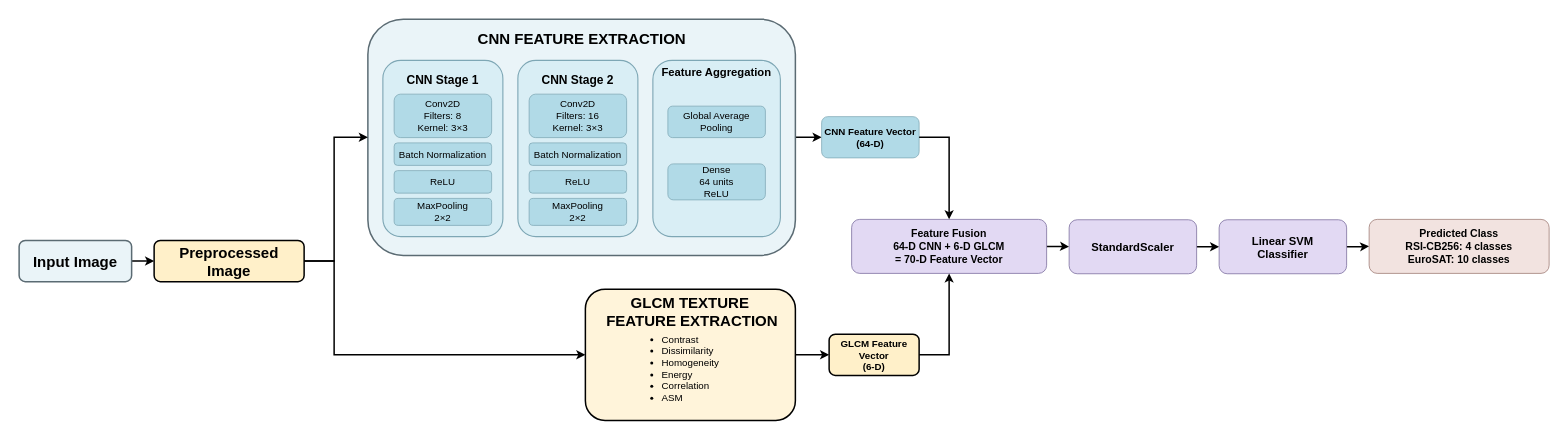
Earlier version of the draw.io diagram cnn glcm architecture.drawio (fac010150-cyber/draw_io). Source tidied: cells renumbered, new cells numbered last; positions are measured from the earlier drawing's top-left corner, leaving out a move shared by most shapes. Both pictures are drawn from the tidied source at 75%, with x=0, y=0 at pixel (19, 19).
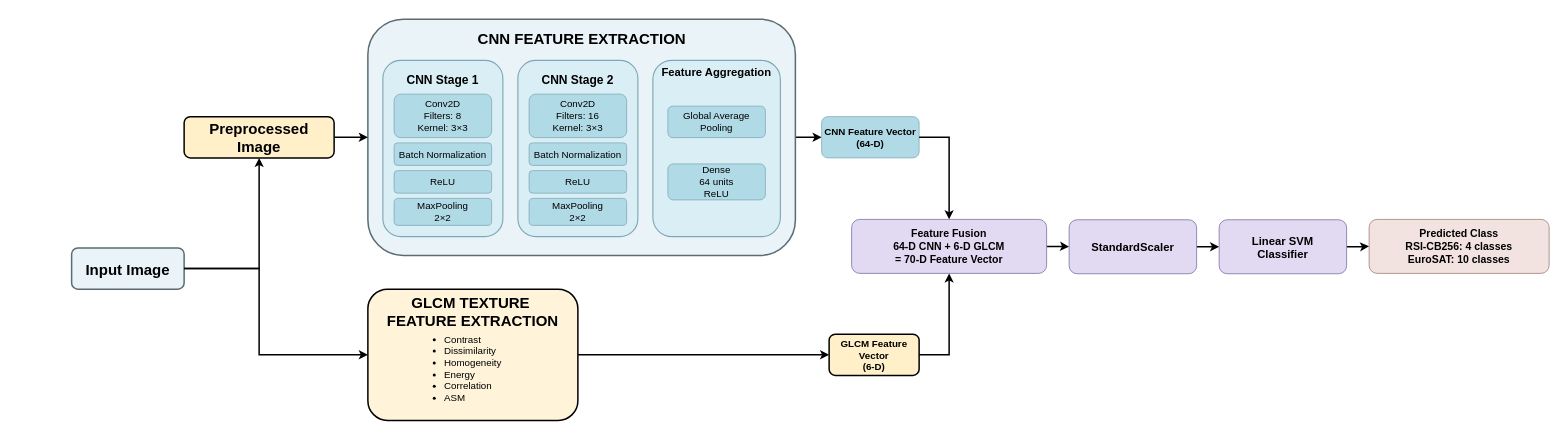
After the change.

The change refers to these unchanged cells:
```xml
<mxCell id="5" style="rounded=1;whiteSpace=wrap;html=1;fillColor=#EAF4F8;strokeColor=#5B6B73;strokeWidth=2;" parent="1" vertex="1">
  <mxGeometry x="465" width="570" height="315" as="geometry" />
</mxCell>
```

The edit, as a diff of the source:
```diff
@@
-    <mxCell id="2" style="edgeStyle=orthogonalEdgeStyle;rounded=0;jettySize=auto;html=1;strokeWidth=2;" parent="1" edge="1" source="3" target="27">
-      <mxGeometry relative="1" as="geometry" />
-    </mxCell>
     <mxCell id="3" value="&lt;div&gt;&lt;font style=&quot;font-size: 20px;&quot;&gt;&lt;b&gt;Input Image&lt;/b&gt;&lt;/font&gt;&lt;/div&gt;" style="rounded=1;whiteSpace=wrap;html=1;fillColor=#EAF4F8;strokeColor=#5B6B73;strokeWidth=2;" parent="1" vertex="1">
-      <mxGeometry y="295" width="150" height="55" as="geometry" />
+      <mxGeometry x="70" y="305" width="150" height="55" as="geometry" />
     </mxCell>
@@
     <mxCell id="25" style="rounded=1;whiteSpace=wrap;html=1;fillColor=#FFF4DA;strokeColor=light-dark(#000000,#8B7241);strokeWidth=2;" parent="1" vertex="1">
-      <mxGeometry x="755" y="360" width="280" height="175" as="geometry" />
+      <mxGeometry x="465" y="360" width="280" height="175" as="geometry" />
     </mxCell>
     <mxCell id="26" value="&lt;div&gt;GLCM TEXTURE&amp;nbsp;&lt;/div&gt;&lt;div&gt;FEATURE EXTRACTION&lt;/div&gt;" style="text;html=1;whiteSpace=wrap;strokeColor=none;fillColor=none;fontStyle=1;fontSize=20;align=center;" parent="1" vertex="1">
-      <mxGeometry x="705" y="360" width="385" height="30" as="geometry" />
+      <mxGeometry x="485" y="360" width="240" height="30" as="geometry" />
     </mxCell>
     <mxCell id="27" value="Preprocessed&lt;br&gt;Image" style="rounded=1;whiteSpace=wrap;html=1;fillColor=#FFF0C9;strokeColor=#000000;fontSize=20;fontStyle=1;strokeWidth=2;" parent="1" vertex="1">
-      <mxGeometry x="180" y="295" width="200" height="55" as="geometry" />
+      <mxGeometry x="220" y="130" width="200" height="55" as="geometry" />
     </mxCell>
@@
     <mxCell id="54" value="&lt;div align=&quot;left&quot;&gt;&lt;ul&gt;&lt;li&gt;Contrast&amp;nbsp;&lt;/li&gt;&lt;li&gt;Dissimilarity&lt;/li&gt;&lt;li&gt;Homogeneity&amp;nbsp;&lt;/li&gt;&lt;li&gt;Energy&amp;nbsp;&lt;/li&gt;&lt;li&gt;Correlation&amp;nbsp;&lt;/li&gt;&lt;li&gt;ASM&lt;/li&gt;&lt;/ul&gt;&lt;/div&gt;" style="text;html=1;whiteSpace=wrap;strokeColor=none;fillColor=none;align=left;verticalAlign=middle;rounded=0;fontSize=13;" parent="1" vertex="1">
-      <mxGeometry x="815" y="438.5" width="70" height="55" as="geometry" />
+      <mxGeometry x="525" y="438.5" width="70" height="55" as="geometry" />
     </mxCell>
     <mxCell id="55" style="edgeStyle=none;jettySize=auto;html=1;rounded=0;exitX=1;exitY=0.5;exitDx=0;exitDy=0;entryX=0;entryY=0.5;entryDx=0;entryDy=0;curved=0;strokeWidth=2;" parent="1" edge="1" source="27" target="5">
       <mxGeometry relative="1" as="geometry">
         <Array as="points">
-          <mxPoint x="420" y="322.5" />
           <mxPoint x="420" y="157.5" />
         </Array>
       </mxGeometry>
     </mxCell>
-    <mxCell id="56" style="edgeStyle=none;jettySize=auto;html=1;rounded=0;exitX=1;exitY=0.5;exitDx=0;exitDy=0;entryX=0;entryY=0.5;entryDx=0;entryDy=0;curved=0;strokeWidth=2;" parent="1" edge="1" source="27" target="25">
-      <mxGeometry x="-0.32" relative="1" as="geometry">
-        <Array as="points">
-          <mxPoint x="420" y="322.5" />
-          <mxPoint x="420" y="447.5" />
-        </Array>
-      </mxGeometry>
-    </mxCell>
@@
+    <mxCell id="2" style="edgeStyle=none;jettySize=auto;html=1;rounded=0;exitX=1;exitY=0.5;exitDx=0;exitDy=0;entryX=0.5;entryY=1;entryDx=0;entryDy=0;strokeWidth=2;" parent="1" edge="1" source="3" target="27">
+      <mxGeometry relative="1" as="geometry">
+        <Array as="points">
+          <mxPoint x="320" y="332.5" />
+        </Array>
+      </mxGeometry>
+    </mxCell>
+    <mxCell id="59" style="edgeStyle=none;jettySize=auto;html=1;rounded=0;exitX=1;exitY=0.5;exitDx=0;exitDy=0;entryX=0;entryY=0.5;entryDx=0;entryDy=0;strokeWidth=2;" parent="1" edge="1" source="3" target="25">
+      <mxGeometry x="-0.01" relative="1" as="geometry">
+        <Array as="points">
+          <mxPoint x="320" y="332.5" />
+          <mxPoint x="320" y="447.5" />
+        </Array>
+      </mxGeometry>
+    </mxCell>
```
